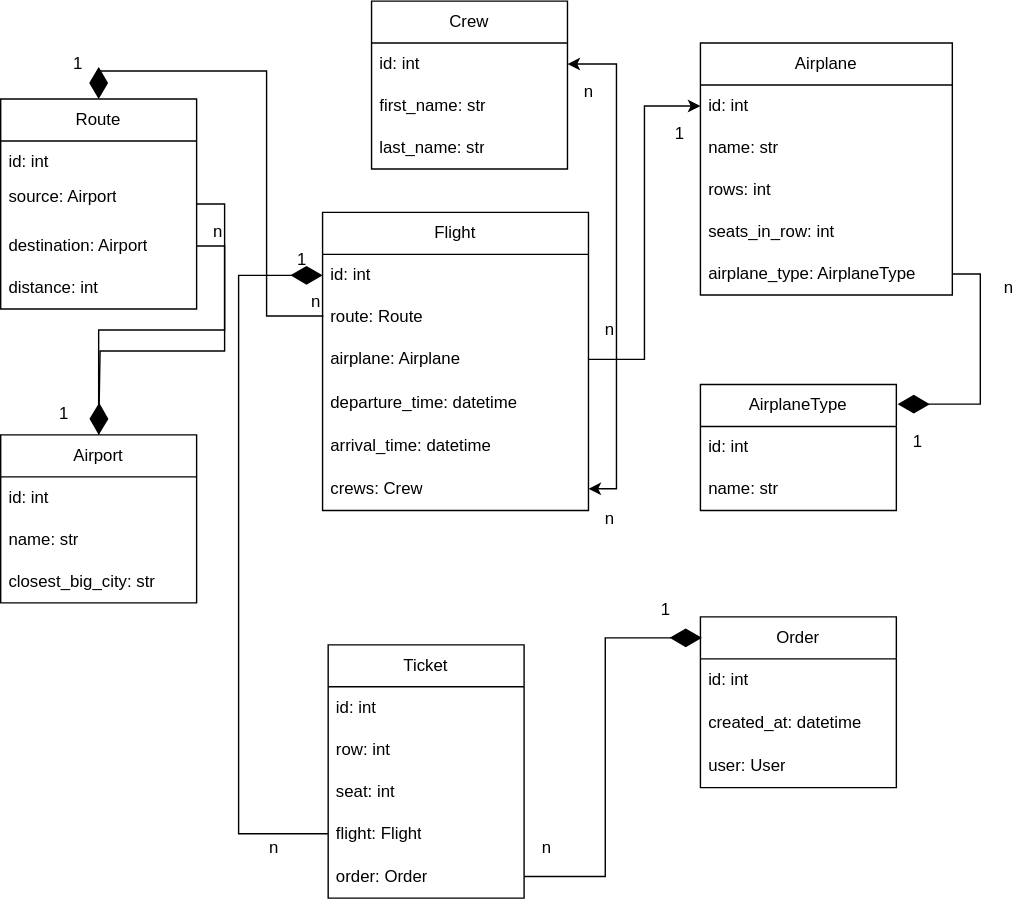
Neyrony/airport-drf-api keeps this draw.io diagram as airport_model.svg. Above is the earlier version. Source tidied: cells renumbered, new cells last; positions are measured from the earlier drawing's top-left corner, leaving out a move shared by most shapes.
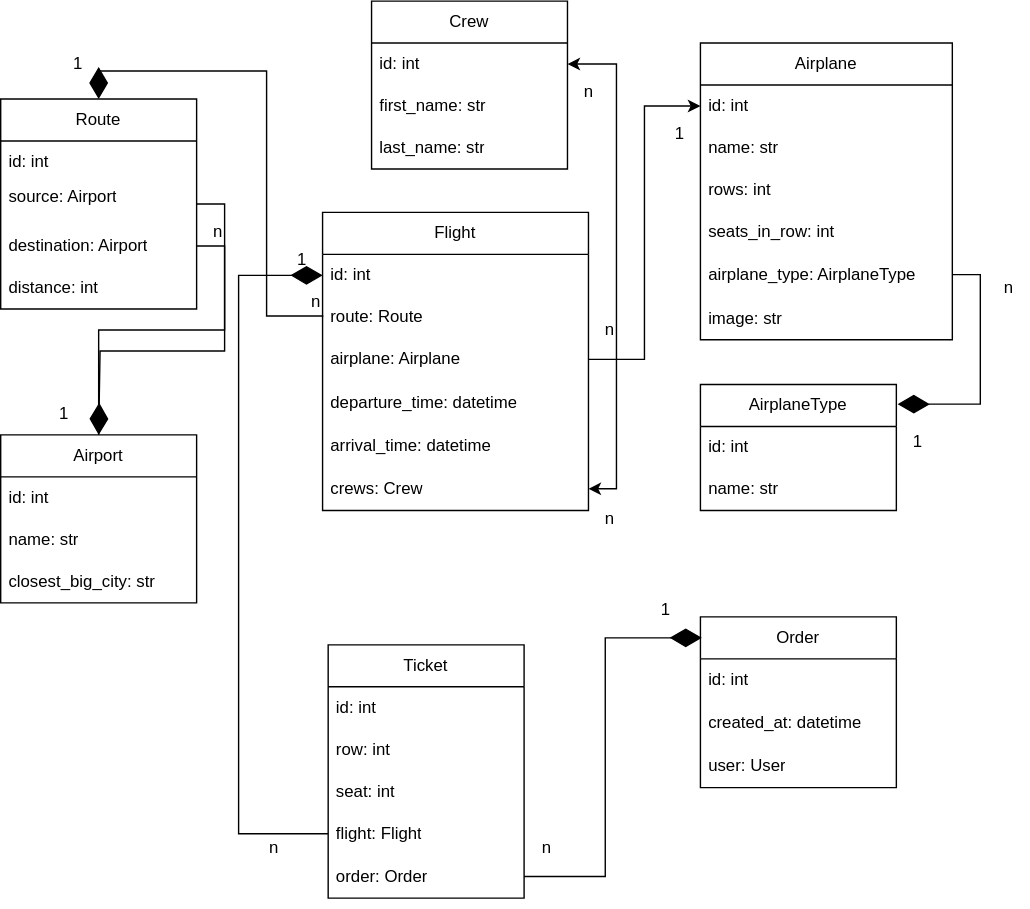
After the commit.

The edit, as a diff of the source:
```diff
@@ -100,7 +100,7 @@
       <mxGeometry y="60" width="140" height="30" as="geometry" />
     </mxCell>
     <mxCell id="32" value="Airplane" style="swimlane;fontStyle=0;horizontal=1;startSize=30;whiteSpace=wrap;html=1;" parent="1" vertex="1">
-      <mxGeometry x="500" y="30" width="180" height="180" as="geometry" />
+      <mxGeometry x="500" y="30" width="180" height="212" as="geometry" />
     </mxCell>
     <mxCell id="33" value="id: int" style="text;strokeColor=none;fillColor=none;align=left;verticalAlign=middle;spacingLeft=4;spacingRight=4;overflow=hidden;points=[[0,0.5],[1,0.5]];portConstraint=eastwest;whiteSpace=wrap;html=1;" parent="32" vertex="1">
       <mxGeometry y="30" width="180" height="30" as="geometry" />
@@ -115,8 +115,11 @@
       <mxGeometry y="120" width="180" height="30" as="geometry" />
     </mxCell>
     <mxCell id="37" value="airplane_type: AirplaneType" style="text;strokeColor=none;fillColor=none;align=left;verticalAlign=middle;spacingLeft=4;spacingRight=4;overflow=hidden;points=[[0,0.5],[1,0.5]];portConstraint=eastwest;whiteSpace=wrap;html=1;" parent="32" vertex="1">
-      <mxGeometry y="150" width="180" height="30" as="geometry" />
+      <mxGeometry y="150" width="180" height="31" as="geometry" />
     </mxCell>
+    <mxCell id="63" value="image: str" style="text;strokeColor=none;fillColor=none;align=left;verticalAlign=middle;spacingLeft=4;spacingRight=4;overflow=hidden;whiteSpace=wrap;html=1;" parent="32" vertex="1">
+      <mxGeometry y="181" width="180" height="31" as="geometry" />
+    </mxCell>
     <mxCell id="38" value="Order" style="swimlane;fontStyle=0;horizontal=1;startSize=30;whiteSpace=wrap;html=1;" parent="1" vertex="1">
       <mxGeometry x="500" y="440" width="140" height="122" as="geometry" />
     </mxCell>
```
